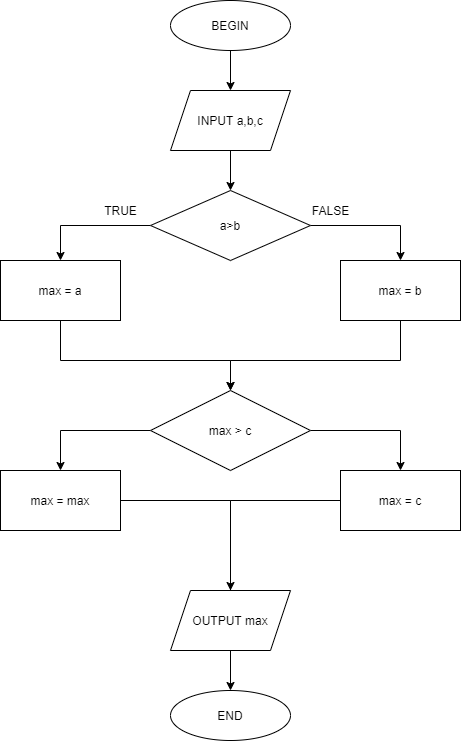
Earlier version of the draw.io export bai3_pseudocode_flowchart/bai_tap/so_sanh_3_so/so_sanh_3_so.png (LBHGiang/C0622G1-LBHGiang). Source tidied: cells renumbered, new cells last; positions are measured from the earlier drawing's top-left corner, leaving out a move shared by most shapes. The source it was exported from:
```xml
<mxGraphModel>
  <root>
    <mxCell id="0" />
    <mxCell id="1" parent="0" />
    <mxCell id="2" style="edgeStyle=orthogonalEdgeStyle;rounded=0;jettySize=auto;html=1;exitX=0.5;exitY=1;exitDx=0;exitDy=0;entryX=0.5;entryY=0;entryDx=0;entryDy=0;" parent="1" edge="1" source="3" target="6">
      <mxGeometry relative="1" as="geometry" />
    </mxCell>
    <mxCell id="3" value="BEGIN" style="ellipse;whiteSpace=wrap;html=1;" parent="1" vertex="1">
      <mxGeometry x="170" width="120" height="50" as="geometry" />
    </mxCell>
    <mxCell id="4" value="END" style="ellipse;whiteSpace=wrap;html=1;" parent="1" vertex="1">
      <mxGeometry x="170" y="690" width="120" height="50" as="geometry" />
    </mxCell>
    <mxCell id="5" style="edgeStyle=orthogonalEdgeStyle;rounded=0;jettySize=auto;html=1;exitX=0.5;exitY=1;exitDx=0;exitDy=0;entryX=0.5;entryY=0;entryDx=0;entryDy=0;" parent="1" edge="1" source="6">
      <mxGeometry relative="1" as="geometry">
        <mxPoint x="230" y="190" as="targetPoint" />
      </mxGeometry>
    </mxCell>
    <mxCell id="6" value="INPUT a,b,c" style="shape=parallelogram;perimeter=parallelogramPerimeter;whiteSpace=wrap;html=1;fixedSize=1;" parent="1" vertex="1">
      <mxGeometry x="170" y="90" width="120" height="60" as="geometry" />
    </mxCell>
    <mxCell id="7" style="edgeStyle=orthogonalEdgeStyle;rounded=0;jettySize=auto;html=1;exitX=0;exitY=0.5;exitDx=0;exitDy=0;entryX=0.5;entryY=0;entryDx=0;entryDy=0;" parent="1" edge="1" source="9" target="11">
      <mxGeometry relative="1" as="geometry" />
    </mxCell>
    <mxCell id="8" style="edgeStyle=orthogonalEdgeStyle;rounded=0;jettySize=auto;html=1;entryX=0.5;entryY=0;entryDx=0;entryDy=0;" parent="1" edge="1" source="9" target="13">
      <mxGeometry relative="1" as="geometry" />
    </mxCell>
    <mxCell id="9" value="a&amp;gt;b" style="rhombus;whiteSpace=wrap;html=1;" parent="1" vertex="1">
      <mxGeometry x="150" y="190" width="160" height="70" as="geometry" />
    </mxCell>
    <mxCell id="10" style="edgeStyle=orthogonalEdgeStyle;rounded=0;jettySize=auto;html=1;exitX=0.5;exitY=1;exitDx=0;exitDy=0;entryX=0.5;entryY=0;entryDx=0;entryDy=0;" parent="1" edge="1" source="11" target="18">
      <mxGeometry relative="1" as="geometry">
        <Array as="points">
          <mxPoint x="60" y="360" />
          <mxPoint x="230" y="360" />
        </Array>
      </mxGeometry>
    </mxCell>
    <mxCell id="11" value="max = a" style="rounded=0;whiteSpace=wrap;html=1;" parent="1" vertex="1">
      <mxGeometry y="260" width="120" height="60" as="geometry" />
    </mxCell>
    <mxCell id="12" style="edgeStyle=orthogonalEdgeStyle;rounded=0;jettySize=auto;html=1;" parent="1" edge="1" source="13">
      <mxGeometry relative="1" as="geometry">
        <mxPoint x="230" y="390" as="targetPoint" />
        <Array as="points">
          <mxPoint x="400" y="360" />
          <mxPoint x="230" y="360" />
        </Array>
      </mxGeometry>
    </mxCell>
    <mxCell id="13" value="max = b" style="rounded=0;whiteSpace=wrap;html=1;" parent="1" vertex="1">
      <mxGeometry x="340" y="260" width="120" height="60" as="geometry" />
    </mxCell>
    <mxCell id="14" value="TRUE" style="text;html=1;align=center;verticalAlign=middle;" parent="1" vertex="1">
      <mxGeometry x="95" y="200" width="50" height="20" as="geometry" />
    </mxCell>
    <mxCell id="15" value="FALSE" style="text;html=1;align=center;verticalAlign=middle;" parent="1" vertex="1">
      <mxGeometry x="305" y="200" width="50" height="20" as="geometry" />
    </mxCell>
    <mxCell id="16" style="edgeStyle=orthogonalEdgeStyle;rounded=0;jettySize=auto;html=1;entryX=0.5;entryY=0;entryDx=0;entryDy=0;" parent="1" edge="1" source="18" target="20">
      <mxGeometry relative="1" as="geometry" />
    </mxCell>
    <mxCell id="17" style="edgeStyle=orthogonalEdgeStyle;rounded=0;jettySize=auto;html=1;entryX=0.5;entryY=0;entryDx=0;entryDy=0;" parent="1" edge="1" source="18" target="22">
      <mxGeometry relative="1" as="geometry" />
    </mxCell>
    <mxCell id="18" value="max &amp;gt; c" style="rhombus;whiteSpace=wrap;html=1;" parent="1" vertex="1">
      <mxGeometry x="150" y="390" width="160" height="80" as="geometry" />
    </mxCell>
    <mxCell id="19" style="edgeStyle=orthogonalEdgeStyle;rounded=0;jettySize=auto;html=1;entryX=0;entryY=0.5;entryDx=0;entryDy=0;" parent="1" edge="1" source="20" target="24">
      <mxGeometry relative="1" as="geometry">
        <Array as="points">
          <mxPoint x="230" y="500" />
          <mxPoint x="230" y="620" />
        </Array>
      </mxGeometry>
    </mxCell>
    <mxCell id="20" value="max = max" style="rounded=0;whiteSpace=wrap;html=1;" parent="1" vertex="1">
      <mxGeometry y="470" width="120" height="60" as="geometry" />
    </mxCell>
    <mxCell id="21" style="edgeStyle=orthogonalEdgeStyle;rounded=0;jettySize=auto;html=1;" parent="1" edge="1" source="22" target="24">
      <mxGeometry relative="1" as="geometry" />
    </mxCell>
    <mxCell id="22" value="max = c" style="rounded=0;whiteSpace=wrap;html=1;" parent="1" vertex="1">
      <mxGeometry x="340" y="470" width="120" height="60" as="geometry" />
    </mxCell>
    <mxCell id="23" style="edgeStyle=orthogonalEdgeStyle;rounded=0;jettySize=auto;html=1;exitX=0.5;exitY=1;exitDx=0;exitDy=0;entryX=0.5;entryY=0;entryDx=0;entryDy=0;" parent="1" edge="1" source="24" target="4">
      <mxGeometry relative="1" as="geometry" />
    </mxCell>
    <mxCell id="24" value="OUTPUT max" style="shape=parallelogram;perimeter=parallelogramPerimeter;whiteSpace=wrap;html=1;fixedSize=1;" parent="1" vertex="1">
      <mxGeometry x="170" y="590" width="120" height="60" as="geometry" />
    </mxCell>
  </root>
</mxGraphModel>
```
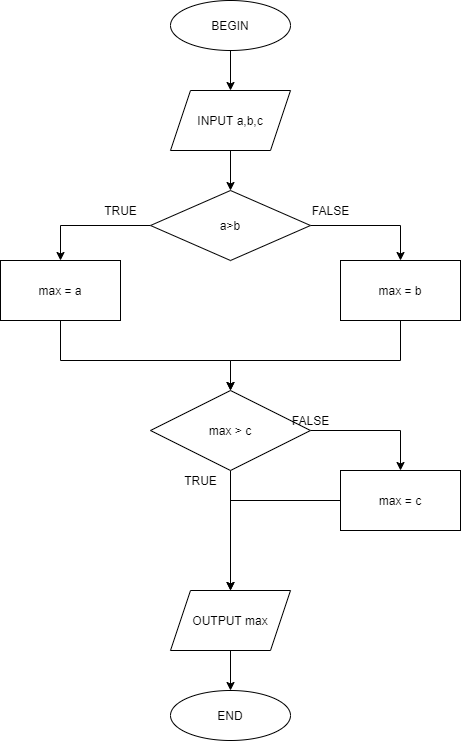
Above is the later version.

What changed in the source:
```diff
@@ -57,26 +57,17 @@
     <mxCell id="15" value="FALSE" style="text;html=1;align=center;verticalAlign=middle;" parent="1" vertex="1">
       <mxGeometry x="305" y="200" width="50" height="20" as="geometry" />
     </mxCell>
-    <mxCell id="16" style="edgeStyle=orthogonalEdgeStyle;rounded=0;jettySize=auto;html=1;entryX=0.5;entryY=0;entryDx=0;entryDy=0;" parent="1" edge="1" source="18" target="20">
-      <mxGeometry relative="1" as="geometry" />
-    </mxCell>
     <mxCell id="17" style="edgeStyle=orthogonalEdgeStyle;rounded=0;jettySize=auto;html=1;entryX=0.5;entryY=0;entryDx=0;entryDy=0;" parent="1" edge="1" source="18" target="22">
       <mxGeometry relative="1" as="geometry" />
     </mxCell>
+    <mxCell id="25" style="edgeStyle=orthogonalEdgeStyle;rounded=0;jettySize=auto;html=1;" parent="1" edge="1" source="18">
+      <mxGeometry relative="1" as="geometry">
+        <mxPoint x="230" y="590" as="targetPoint" />
+      </mxGeometry>
+    </mxCell>
     <mxCell id="18" value="max &amp;gt; c" style="rhombus;whiteSpace=wrap;html=1;" parent="1" vertex="1">
       <mxGeometry x="150" y="390" width="160" height="80" as="geometry" />
     </mxCell>
-    <mxCell id="19" style="edgeStyle=orthogonalEdgeStyle;rounded=0;jettySize=auto;html=1;entryX=0;entryY=0.5;entryDx=0;entryDy=0;" parent="1" edge="1" source="20" target="24">
-      <mxGeometry relative="1" as="geometry">
-        <Array as="points">
-          <mxPoint x="230" y="500" />
-          <mxPoint x="230" y="620" />
-        </Array>
-      </mxGeometry>
-    </mxCell>
-    <mxCell id="20" value="max = max" style="rounded=0;whiteSpace=wrap;html=1;" parent="1" vertex="1">
-      <mxGeometry y="470" width="120" height="60" as="geometry" />
-    </mxCell>
     <mxCell id="21" style="edgeStyle=orthogonalEdgeStyle;rounded=0;jettySize=auto;html=1;" parent="1" edge="1" source="22" target="24">
       <mxGeometry relative="1" as="geometry" />
     </mxCell>
@@ -89,5 +80,11 @@
     <mxCell id="24" value="OUTPUT max" style="shape=parallelogram;perimeter=parallelogramPerimeter;whiteSpace=wrap;html=1;fixedSize=1;" parent="1" vertex="1">
       <mxGeometry x="170" y="590" width="120" height="60" as="geometry" />
     </mxCell>
+    <mxCell id="26" value="FALSE&lt;br&gt;" style="text;html=1;align=center;verticalAlign=middle;" parent="1" vertex="1">
+      <mxGeometry x="285" y="410" width="50" height="20" as="geometry" />
+    </mxCell>
+    <mxCell id="27" value="TRUE" style="text;html=1;align=center;verticalAlign=middle;" parent="1" vertex="1">
+      <mxGeometry x="175" y="470" width="50" height="20" as="geometry" />
+    </mxCell>
   </root>
 </mxGraphModel>
```
